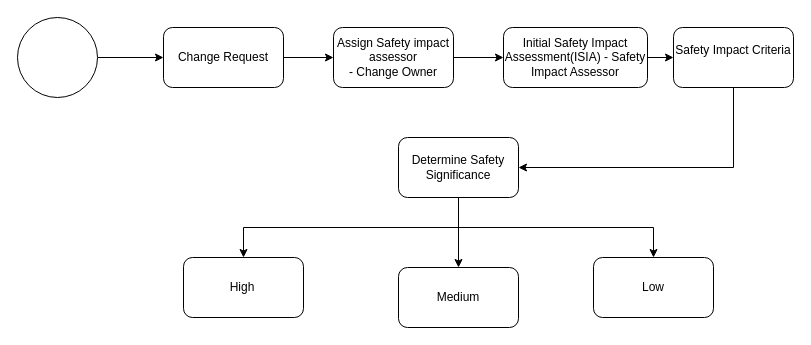
The draw.io diagram page "Index" (1 of 7) of SQE.drawio in AvikM1996/draw.io, before the edit. Source tidied: cells renumbered, new cells numbered last; positions are measured from the earlier drawing's top-left corner, leaving out a move shared by most shapes. Both pictures are drawn from the tidied source at 100%, with x=0, y=0 at pixel (17, 17).
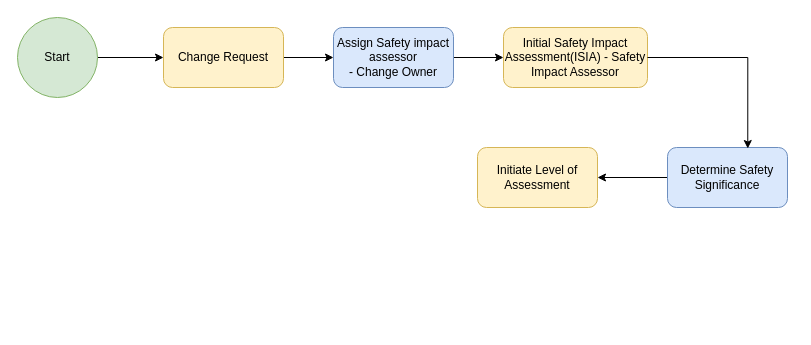
The same diagram, later.

The edit, as a diff of the source:
```diff
@@
-    <mxCell id="3" value="Change Request" style="rounded=1;whiteSpace=wrap;html=1;" parent="1" vertex="1">
+    <mxCell id="3" value="Change Request" style="rounded=1;whiteSpace=wrap;html=1;fillColor=#fff2cc;strokeColor=#d6b656;" parent="1" vertex="1">
       <mxGeometry x="146" y="10" width="120" height="60" as="geometry" />
     </mxCell>
@@
-    <mxCell id="5" value="Assign Safety impact assessor&lt;br&gt;- Change Owner" style="rounded=1;whiteSpace=wrap;html=1;" parent="1" vertex="1">
+    <mxCell id="5" value="Assign Safety impact assessor&lt;br&gt;- Change Owner" style="rounded=1;whiteSpace=wrap;html=1;fillColor=#dae8fc;strokeColor=#6c8ebf;" parent="1" vertex="1">
       <mxGeometry x="316" y="10" width="120" height="60" as="geometry" />
     </mxCell>
-    <mxCell id="6" style="edgeStyle=orthogonalEdgeStyle;rounded=0;jettySize=auto;html=1;exitX=1;exitY=0.5;exitDx=0;exitDy=0;" parent="1" edge="1" source="7" target="9">
-      <mxGeometry relative="1" as="geometry" />
-    </mxCell>
-    <mxCell id="7" value="Initial Safety Impact Assessment(ISIA) - Safety Impact Assessor" style="rounded=1;whiteSpace=wrap;html=1;" parent="1" vertex="1">
+    <mxCell id="7" value="Initial Safety Impact Assessment(ISIA) - Safety Impact Assessor" style="rounded=1;whiteSpace=wrap;html=1;fillColor=#fff2cc;strokeColor=#d6b656;" parent="1" vertex="1">
       <mxGeometry x="486" y="10" width="144" height="60" as="geometry" />
     </mxCell>
-    <mxCell id="8" style="edgeStyle=orthogonalEdgeStyle;rounded=0;jettySize=auto;html=1;entryX=1;entryY=0.5;entryDx=0;entryDy=0;" parent="1" edge="1" source="9" target="13">
-      <mxGeometry relative="1" as="geometry">
-        <Array as="points">
-          <mxPoint x="716" y="150" />
-        </Array>
-      </mxGeometry>
-    </mxCell>
-    <mxCell id="9" value="Safety Impact Criteria&lt;div&gt;&lt;br/&gt;&lt;/div&gt;" style="rounded=1;whiteSpace=wrap;html=1;" parent="1" vertex="1">
-      <mxGeometry x="656" y="10" width="120" height="60" as="geometry" />
-    </mxCell>
-    <mxCell id="10" style="edgeStyle=orthogonalEdgeStyle;rounded=0;jettySize=auto;html=1;exitX=0.5;exitY=1;exitDx=0;exitDy=0;entryX=0.5;entryY=0;entryDx=0;entryDy=0;" parent="1" edge="1" source="13" target="16">
-      <mxGeometry relative="1" as="geometry" />
-    </mxCell>
-    <mxCell id="11" style="edgeStyle=orthogonalEdgeStyle;rounded=0;jettySize=auto;html=1;entryX=0.5;entryY=0;entryDx=0;entryDy=0;" parent="1" edge="1" source="13" target="14">
-      <mxGeometry relative="1" as="geometry">
-        <Array as="points">
-          <mxPoint x="441" y="210" />
-          <mxPoint x="636" y="210" />
-        </Array>
-      </mxGeometry>
-    </mxCell>
-    <mxCell id="12" style="edgeStyle=orthogonalEdgeStyle;rounded=0;jettySize=auto;html=1;exitX=0.5;exitY=1;exitDx=0;exitDy=0;entryX=0.5;entryY=0;entryDx=0;entryDy=0;" parent="1" edge="1" source="13" target="15">
-      <mxGeometry relative="1" as="geometry" />
-    </mxCell>
+    <mxCell id="19" style="edgeStyle=orthogonalEdgeStyle;rounded=0;jettySize=auto;html=1;" parent="1" edge="1" source="13" target="21">
+      <mxGeometry relative="1" as="geometry" />
+    </mxCell>
-    <mxCell id="13" value="&lt;div&gt;Determine Safety Significance&lt;/div&gt;" style="rounded=1;whiteSpace=wrap;html=1;" parent="1" vertex="1">
-      <mxGeometry x="381" y="120" width="120" height="60" as="geometry" />
+    <mxCell id="13" value="&lt;div&gt;Determine Safety Significance&lt;/div&gt;" style="rounded=1;whiteSpace=wrap;html=1;fillColor=#dae8fc;strokeColor=#6c8ebf;" parent="1" vertex="1">
+      <mxGeometry x="650" y="130" width="120" height="60" as="geometry" />
     </mxCell>
-    <mxCell id="14" value="&lt;div&gt;Low&lt;/div&gt;" style="rounded=1;whiteSpace=wrap;html=1;" parent="1" vertex="1">
-      <mxGeometry x="576" y="240" width="120" height="60" as="geometry" />
-    </mxCell>
-    <mxCell id="15" value="&lt;div&gt;Medium&lt;/div&gt;" style="rounded=1;whiteSpace=wrap;html=1;" parent="1" vertex="1">
-      <mxGeometry x="381" y="250" width="120" height="60" as="geometry" />
-    </mxCell>
-    <mxCell id="16" value="&lt;div&gt;High&lt;span style=&quot;white-space: pre;&quot;&gt;&#9;&lt;/span&gt;&lt;/div&gt;" style="rounded=1;whiteSpace=wrap;html=1;" parent="1" vertex="1">
-      <mxGeometry x="166" y="240" width="120" height="60" as="geometry" />
-    </mxCell>
@@
-    <mxCell id="18" style="ellipse;whiteSpace=wrap;html=1;" parent="1" vertex="1">
+    <mxCell id="18" value="Start" style="ellipse;whiteSpace=wrap;html=1;fillColor=#d5e8d4;strokeColor=#82b366;" parent="1" vertex="1">
       <mxGeometry width="80" height="80" as="geometry" />
     </mxCell>
+    <mxCell id="20" style="edgeStyle=orthogonalEdgeStyle;rounded=0;jettySize=auto;html=1;entryX=0.669;entryY=0.017;entryDx=0;entryDy=0;entryPerimeter=0;" parent="1" edge="1" source="7" target="13">
+      <mxGeometry relative="1" as="geometry" />
+    </mxCell>
+    <mxCell id="21" value="Initiate Level of Assessment" style="rounded=1;whiteSpace=wrap;html=1;fillColor=#fff2cc;strokeColor=#d6b656;" parent="1" vertex="1">
+      <mxGeometry x="460" y="130" width="120" height="60" as="geometry" />
+    </mxCell>
```
